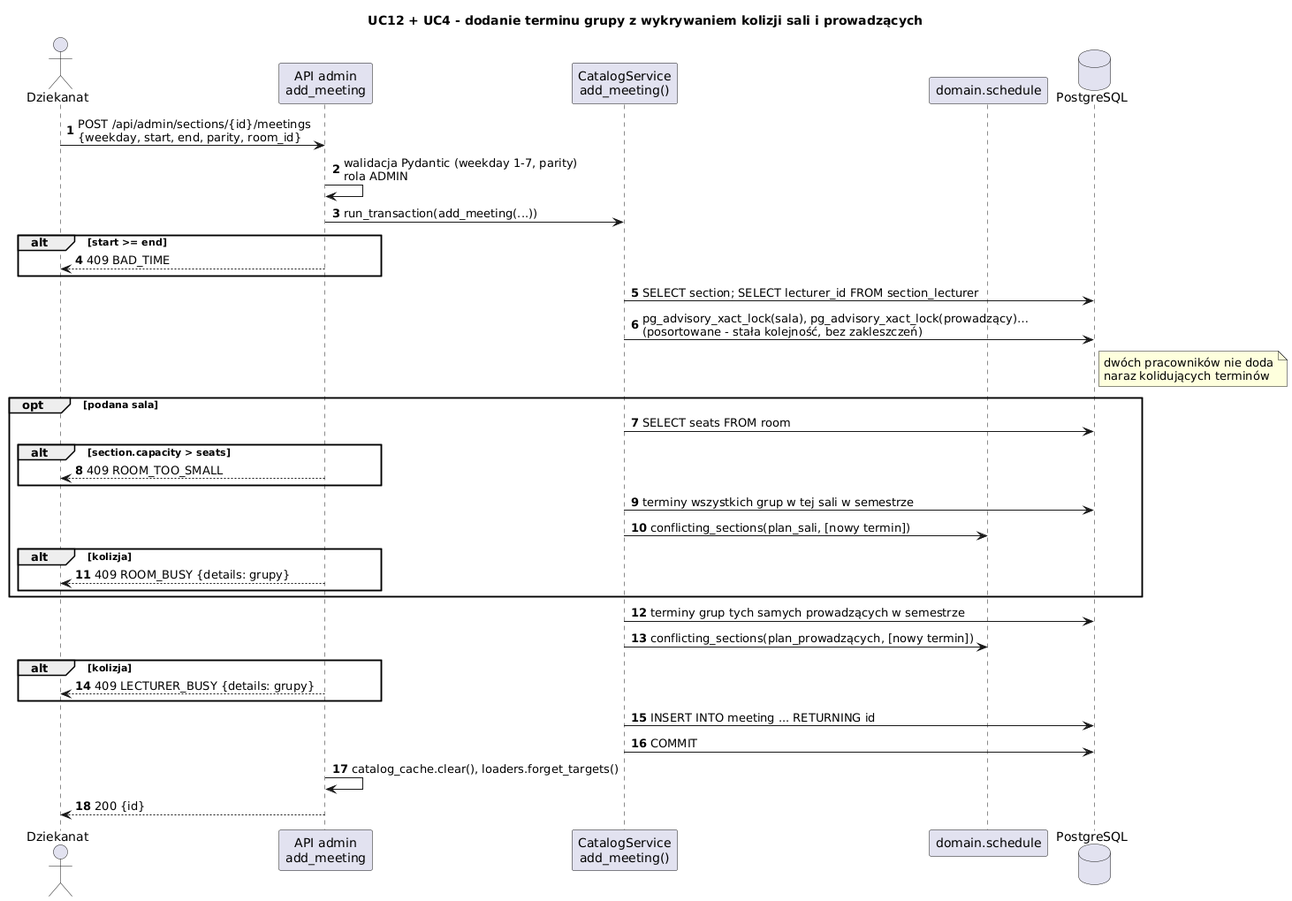
Before: etap3/diagramy/sekwencja_harmonogram.png, a diagram exported from PlantUML (Husaria55/USOSv2).
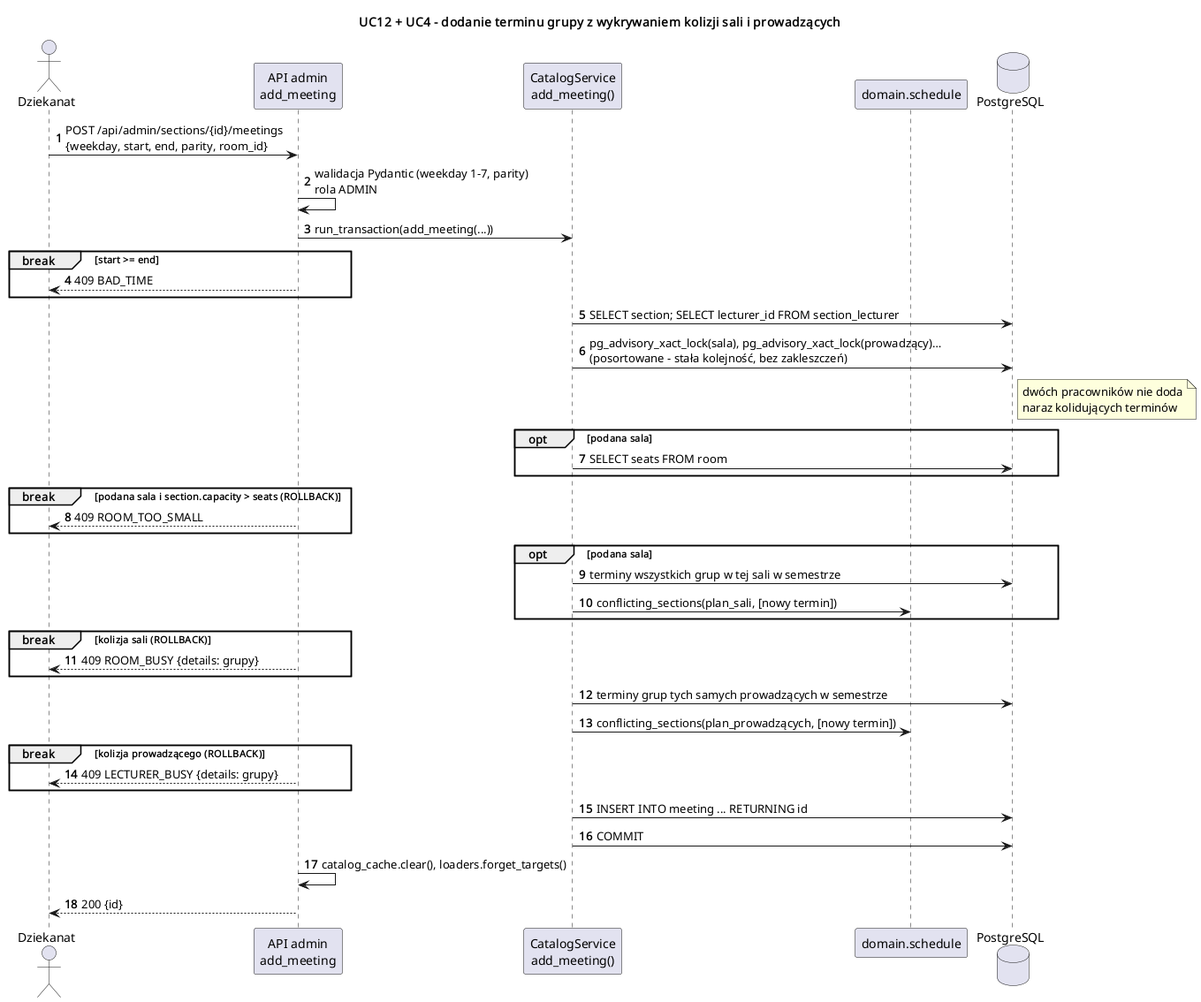
Later version of the same file.

Diff of the diagram source:
```diff
@@ -13,7 +13,7 @@
 Dziekanat -> api : POST /api/admin/sections/{id}/meetings\n{weekday, start, end, parity, room_id}
 api -> api : walidacja Pydantic (weekday 1-7, parity)\nrola ADMIN
 api -> svc : run_transaction(add_meeting(...))
-alt start >= end
+break start >= end
   api --> Dziekanat : 409 BAD_TIME
 end
 svc -> db : SELECT section; SELECT lecturer_id FROM section_lecturer
@@ -21,18 +21,20 @@
 note right of db : dwóch pracowników nie doda\nnaraz kolidujących terminów
 opt podana sala
   svc -> db : SELECT seats FROM room
-  alt section.capacity > seats
-    api --> Dziekanat : 409 ROOM_TOO_SMALL
-  end
+end
+break podana sala i section.capacity > seats (ROLLBACK)
+  api --> Dziekanat : 409 ROOM_TOO_SMALL
+end
+opt podana sala
   svc -> db : terminy wszystkich grup w tej sali w semestrze
   svc -> dom : conflicting_sections(plan_sali, [nowy termin])
-  alt kolizja
-    api --> Dziekanat : 409 ROOM_BUSY {details: grupy}
-  end
+end
+break kolizja sali (ROLLBACK)
+  api --> Dziekanat : 409 ROOM_BUSY {details: grupy}
 end
 svc -> db : terminy grup tych samych prowadzących w semestrze
 svc -> dom : conflicting_sections(plan_prowadzących, [nowy termin])
-alt kolizja
+break kolizja prowadzącego (ROLLBACK)
   api --> Dziekanat : 409 LECTURER_BUSY {details: grupy}
 end
 svc -> db : INSERT INTO meeting ... RETURNING id
```
